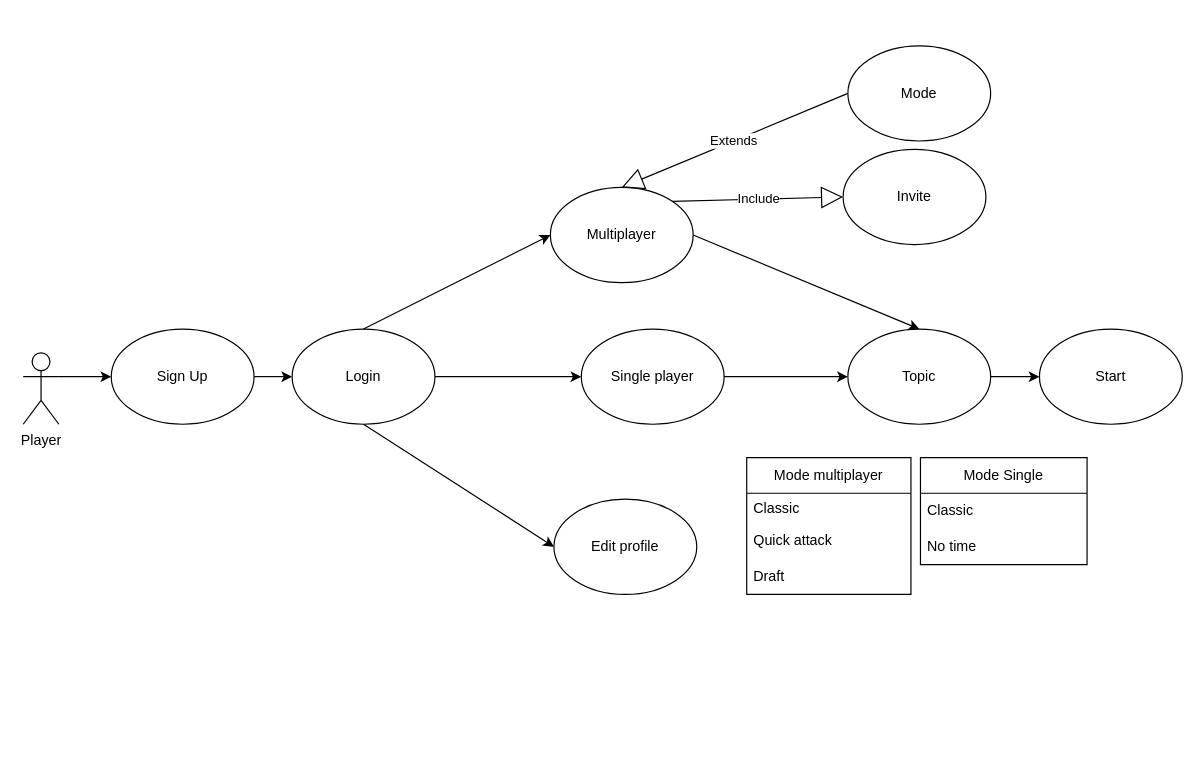
This is Untitled Diagram.drawio from ItIsNoTToi/Instagram, a draw.io file, before an edit. Source tidied: cells renumbered, new cells numbered last; positions are measured from the earlier drawing's top-left corner, leaving out a move shared by most shapes. Both pictures are drawn from the tidied source at 119%, with x=0, y=0 at pixel (23, 45).
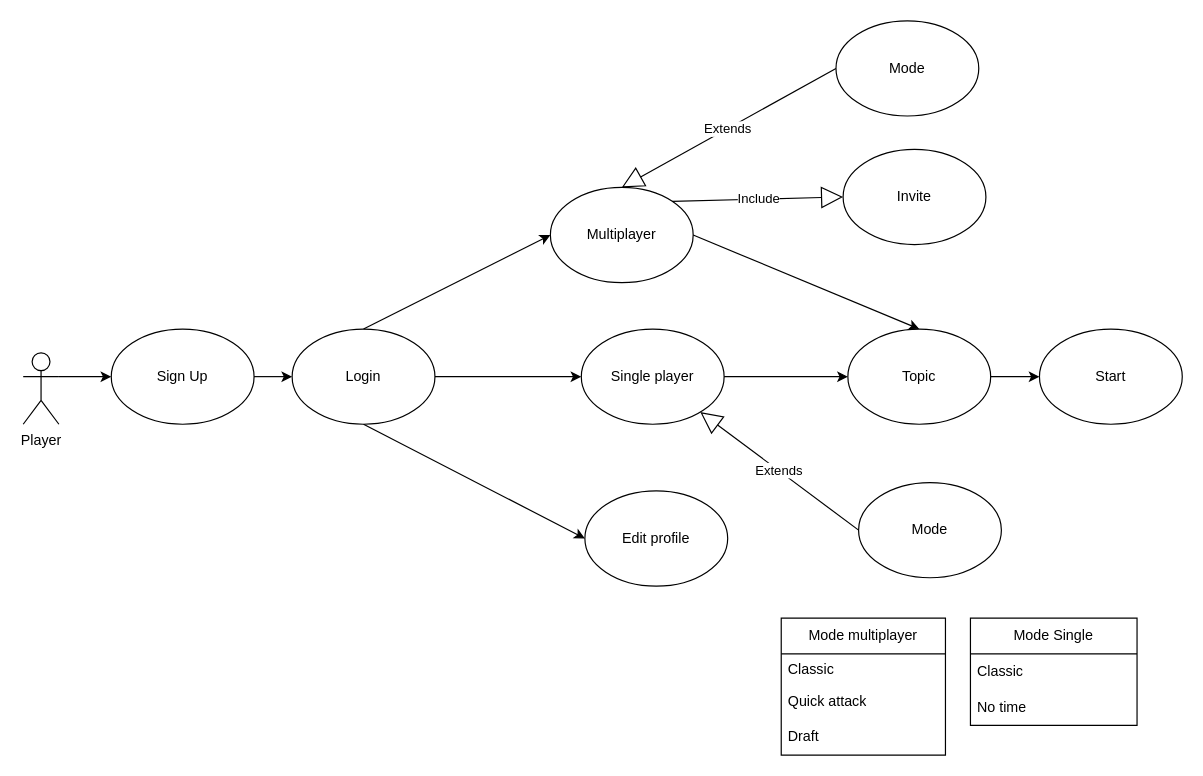
Above is the later version.

Commit message:
Cập nhật Untitled Diagram.drawio

Unchanged cells that the change refers to:
```xml
<mxCell id="2" value="Single player" style="ellipse;whiteSpace=wrap;html=1;" parent="1" vertex="1">
  <mxGeometry x="469" y="238" width="120" height="80" as="geometry" />
</mxCell>
```

Diff of the diagram source:
```diff
@@
     <mxCell id="4" value="Mode" style="ellipse;whiteSpace=wrap;html=1;" parent="1" vertex="1">
-      <mxGeometry x="693" width="120" height="80" as="geometry" />
+      <mxGeometry x="683" y="-21" width="120" height="80" as="geometry" />
     </mxCell>
@@
     <mxCell id="6" value="Edit profile&lt;br&gt;" style="ellipse;whiteSpace=wrap;html=1;" parent="1" vertex="1">
-      <mxGeometry x="446" y="381" width="120" height="80" as="geometry" />
+      <mxGeometry x="472" y="374" width="120" height="80" as="geometry" />
     </mxCell>
@@
     <mxCell id="18" value="Mode multiplayer" style="swimlane;fontStyle=0;horizontal=1;startSize=30;whiteSpace=wrap;html=1;" parent="1" vertex="1">
-      <mxGeometry x="608" y="346" width="138" height="115" as="geometry" />
+      <mxGeometry x="637" y="481" width="138" height="115" as="geometry" />
     </mxCell>
@@
     <mxCell id="27" value="Mode Single" style="swimlane;fontStyle=0;horizontal=1;startSize=30;whiteSpace=wrap;html=1;" parent="1" vertex="1">
-      <mxGeometry x="754" y="346" width="140" height="90" as="geometry" />
+      <mxGeometry x="796" y="481" width="140" height="90" as="geometry" />
     </mxCell>
@@
+    <mxCell id="30" value="Mode" style="ellipse;whiteSpace=wrap;html=1;" parent="1" vertex="1">
+      <mxGeometry x="702" y="367" width="120" height="80" as="geometry" />
+    </mxCell>
+    <mxCell id="31" value="Extends" style="endArrow=block;endSize=16;endFill=0;html=1;rounded=0;exitX=0;exitY=0.5;exitDx=0;exitDy=0;" parent="1" edge="1" source="30" target="2">
+      <mxGeometry x="0.01" relative="1" as="geometry" />
+    </mxCell>
```
